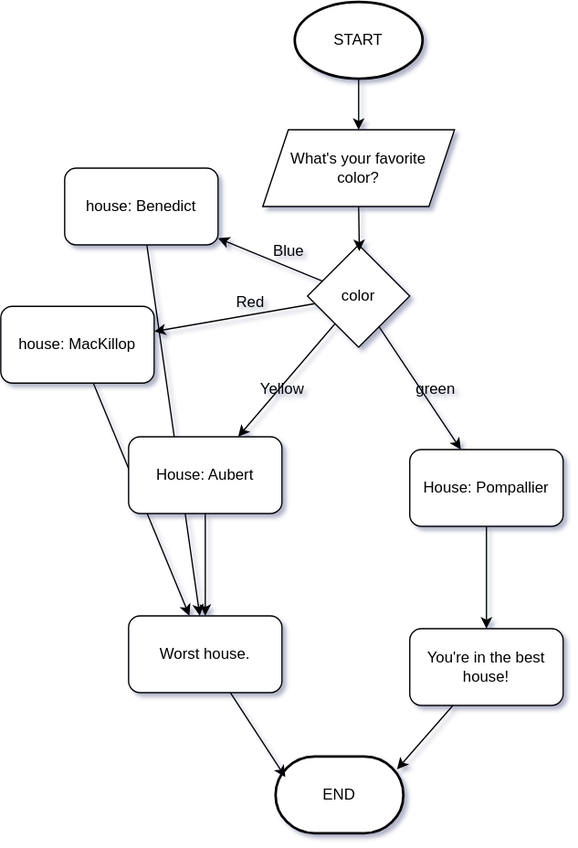
The draw.io diagram whanau_flowchart.drawio.svg in Dekoder-py-school/whanau_color, before a commit. Source tidied: cells renumbered, new cells last; positions are measured from the earlier drawing's top-left corner, leaving out a move shared by most shapes.
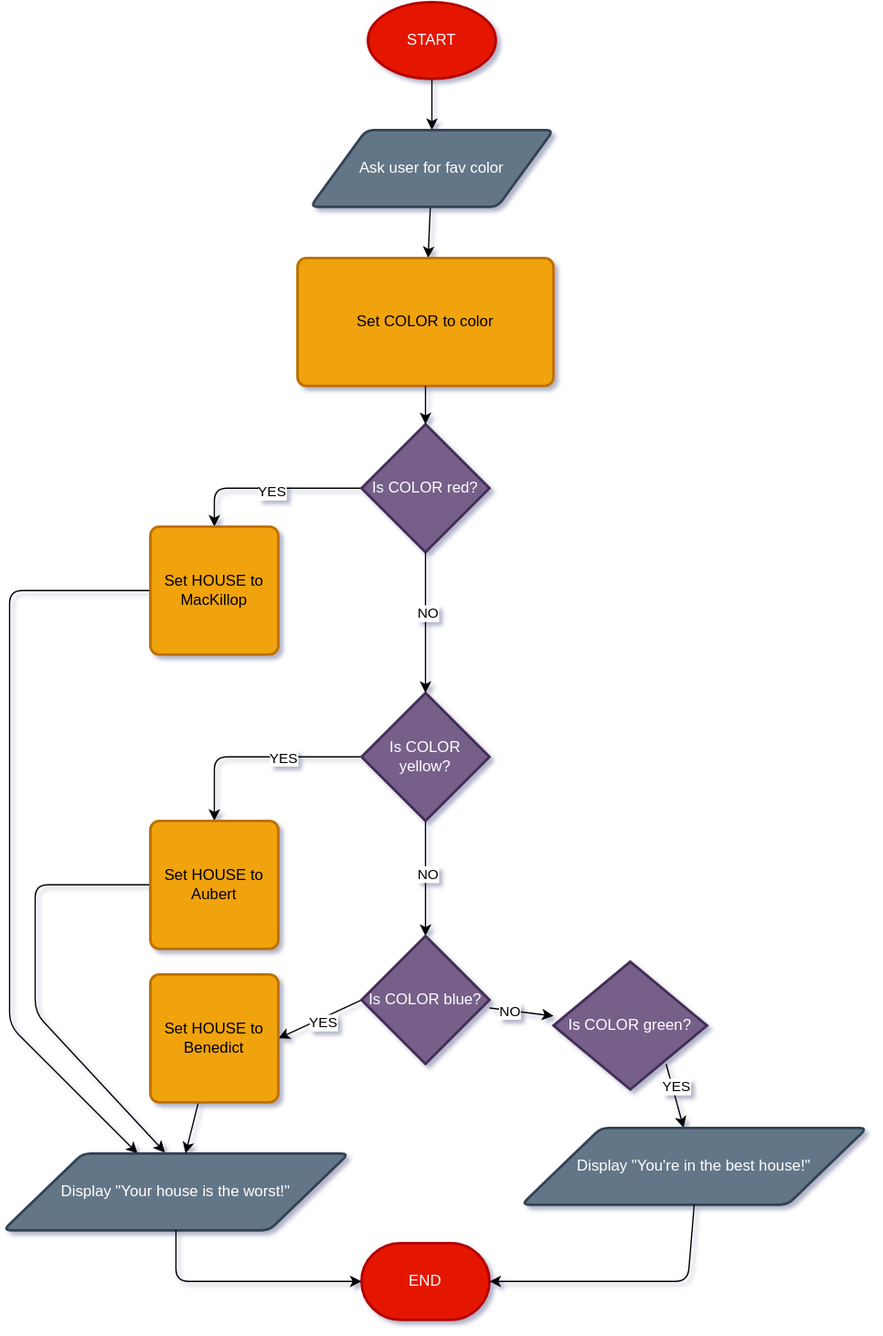
The same diagram one commit later.

Commit message:
redo the flowchart correctly

What changed in the source:
```diff
@@ -2,85 +2,144 @@
   <root>
     <mxCell id="0" />
     <mxCell id="1" parent="0" />
-    <mxCell id="2" style="edgeStyle=none;html=1;" parent="1" edge="1" source="6" target="8">
-      <mxGeometry relative="1" as="geometry" />
-    </mxCell>
-    <mxCell id="3" style="edgeStyle=none;html=1;" parent="1" edge="1" source="6" target="11">
-      <mxGeometry relative="1" as="geometry" />
-    </mxCell>
-    <mxCell id="4" style="edgeStyle=none;html=1;" parent="1" edge="1" source="6" target="14">
-      <mxGeometry relative="1" as="geometry" />
-    </mxCell>
-    <mxCell id="5" style="edgeStyle=none;html=1;" parent="1" edge="1" source="6" target="16">
-      <mxGeometry relative="1" as="geometry" />
-    </mxCell>
-    <mxCell id="6" value="color" style="rhombus;whiteSpace=wrap;html=1;" parent="1" vertex="1">
-      <mxGeometry x="240" y="190" width="80" height="80" as="geometry" />
-    </mxCell>
-    <mxCell id="7" style="edgeStyle=none;html=1;" parent="1" edge="1" source="8" target="21">
-      <mxGeometry relative="1" as="geometry" />
-    </mxCell>
-    <mxCell id="8" value="house: MacKillop" style="rounded=1;whiteSpace=wrap;html=1;" parent="1" vertex="1">
-      <mxGeometry y="238" width="120" height="60" as="geometry" />
-    </mxCell>
-    <mxCell id="9" value="Red" style="text;html=1;align=center;verticalAlign=middle;strokeColor=none;fillColor=none;" parent="1" vertex="1">
-      <mxGeometry x="170" y="220" width="50" height="30" as="geometry" />
-    </mxCell>
-    <mxCell id="10" style="edgeStyle=none;html=1;" parent="1" edge="1" source="11" target="21">
-      <mxGeometry relative="1" as="geometry" />
-    </mxCell>
-    <mxCell id="11" value="house: Benedict" style="rounded=1;whiteSpace=wrap;html=1;" parent="1" vertex="1">
-      <mxGeometry x="50" y="130" width="120" height="60" as="geometry" />
-    </mxCell>
-    <mxCell id="12" value="Blue" style="text;html=1;align=center;verticalAlign=middle;strokeColor=none;fillColor=none;" parent="1" vertex="1">
-      <mxGeometry x="200" y="180" width="50" height="30" as="geometry" />
-    </mxCell>
-    <mxCell id="13" style="edgeStyle=none;html=1;" parent="1" edge="1" source="14" target="20">
-      <mxGeometry relative="1" as="geometry" />
-    </mxCell>
-    <mxCell id="14" value="House: Pompallier" style="rounded=1;whiteSpace=wrap;html=1;" parent="1" vertex="1">
-      <mxGeometry x="320" y="350" width="120" height="60" as="geometry" />
-    </mxCell>
-    <mxCell id="15" style="edgeStyle=none;html=1;" parent="1" edge="1" source="16" target="21">
-      <mxGeometry relative="1" as="geometry" />
-    </mxCell>
-    <mxCell id="16" value="House: Aubert" style="rounded=1;whiteSpace=wrap;html=1;" parent="1" vertex="1">
-      <mxGeometry x="100" y="340" width="120" height="60" as="geometry" />
-    </mxCell>
-    <mxCell id="17" value="Yellow" style="text;html=1;align=center;verticalAlign=middle;strokeColor=none;fillColor=none;" parent="1" vertex="1">
-      <mxGeometry x="190" y="288" width="60" height="30" as="geometry" />
-    </mxCell>
-    <mxCell id="18" value="green" style="text;html=1;align=center;verticalAlign=middle;strokeColor=none;fillColor=none;" parent="1" vertex="1">
-      <mxGeometry x="315" y="288" width="50" height="30" as="geometry" />
-    </mxCell>
-    <mxCell id="19" style="edgeStyle=none;html=1;entryX=0.507;entryY=0.061;entryDx=0;entryDy=0;entryPerimeter=0;exitX=0.5;exitY=1;exitDx=0;exitDy=0;" parent="1" edge="1" source="23" target="6">
-      <mxGeometry relative="1" as="geometry" />
-    </mxCell>
-    <mxCell id="20" value="You're in the best house!" style="rounded=1;whiteSpace=wrap;html=1;" parent="1" vertex="1">
-      <mxGeometry x="320" y="490" width="120" height="60" as="geometry" />
-    </mxCell>
-    <mxCell id="21" value="Worst house." style="whiteSpace=wrap;html=1;rounded=1;" parent="1" vertex="1">
-      <mxGeometry x="100" y="480" width="120" height="60" as="geometry" />
-    </mxCell>
     <mxCell id="22" style="edgeStyle=none;html=1;exitX=0.5;exitY=1;exitDx=0;exitDy=0;exitPerimeter=0;" parent="1" edge="1" source="24">
       <mxGeometry relative="1" as="geometry">
-        <mxPoint x="280" y="100" as="targetPoint" />
+        <mxPoint x="280" y="-10" as="targetPoint" />
       </mxGeometry>
     </mxCell>
-    <mxCell id="23" value="What's your favorite&lt;div&gt;&amp;nbsp;color?&lt;/div&gt;" style="shape=parallelogram;perimeter=parallelogramPerimeter;whiteSpace=wrap;html=1;fixedSize=1;" parent="1" vertex="1">
-      <mxGeometry x="205" y="100" width="150" height="60" as="geometry" />
-    </mxCell>
-    <mxCell id="24" value="START" style="strokeWidth=2;html=1;shape=mxgraph.flowchart.start_1;whiteSpace=wrap;" parent="1" vertex="1">
-      <mxGeometry x="230" width="100" height="60" as="geometry" />
+    <mxCell id="24" value="START" style="strokeWidth=2;html=1;shape=mxgraph.flowchart.start_1;whiteSpace=wrap;fillColor=#e51400;fontColor=#ffffff;strokeColor=#B20000;" parent="1" vertex="1">
+      <mxGeometry x="230" y="-110" width="100" height="60" as="geometry" />
     </mxCell>
-    <mxCell id="25" value="END" style="strokeWidth=2;html=1;shape=mxgraph.flowchart.terminator;whiteSpace=wrap;" parent="1" vertex="1">
-      <mxGeometry x="215" y="590" width="100" height="60" as="geometry" />
+    <mxCell id="25" value="END" style="strokeWidth=2;html=1;shape=mxgraph.flowchart.terminator;whiteSpace=wrap;fillColor=#e51400;fontColor=#ffffff;strokeColor=#B20000;" parent="1" vertex="1">
+      <mxGeometry x="225" y="860" width="100" height="60" as="geometry" />
     </mxCell>
-    <mxCell id="26" style="edgeStyle=none;html=1;entryX=0.95;entryY=0.167;entryDx=0;entryDy=0;entryPerimeter=0;" parent="1" edge="1" source="20" target="25">
-      <mxGeometry relative="1" as="geometry" />
-    </mxCell>
-    <mxCell id="27" style="edgeStyle=none;html=1;entryX=0.076;entryY=0.267;entryDx=0;entryDy=0;entryPerimeter=0;" parent="1" edge="1" source="21" target="25">
-      <mxGeometry relative="1" as="geometry" />
-    </mxCell>
+    <mxCell id="28" style="edgeStyle=none;html=1;" parent="1" edge="1" source="29" target="30">
+      <mxGeometry relative="1" as="geometry" />
+    </mxCell>
+    <mxCell id="29" value="Ask user for fav color" style="shape=parallelogram;html=1;strokeWidth=2;perimeter=parallelogramPerimeter;whiteSpace=wrap;rounded=1;arcSize=12;size=0.23;fillColor=#647687;fontColor=#ffffff;strokeColor=#314354;" parent="1" vertex="1">
+      <mxGeometry x="185" y="-10" width="190" height="60" as="geometry" />
+    </mxCell>
+    <mxCell id="30" value="Set COLOR to color" style="rounded=1;whiteSpace=wrap;html=1;absoluteArcSize=1;arcSize=14;strokeWidth=2;fillColor=#f0a30a;fontColor=#000000;strokeColor=#BD7000;" parent="1" vertex="1">
+      <mxGeometry x="175" y="90" width="200" height="100" as="geometry" />
+    </mxCell>
+    <mxCell id="31" style="edgeStyle=none;html=1;exitX=0;exitY=0.5;exitDx=0;exitDy=0;exitPerimeter=0;entryX=0.5;entryY=0;entryDx=0;entryDy=0;" parent="1" edge="1" source="33" target="35">
+      <mxGeometry relative="1" as="geometry">
+        <Array as="points">
+          <mxPoint x="110" y="270" />
+        </Array>
+      </mxGeometry>
+    </mxCell>
+    <mxCell id="32" value="YES" style="edgeLabel;html=1;align=center;verticalAlign=middle;" parent="31" vertex="1">
+      <mxGeometry x="-0.02" y="2" relative="1" as="geometry" />
+    </mxCell>
+    <mxCell id="33" value="Is COLOR red?" style="strokeWidth=2;html=1;shape=mxgraph.flowchart.decision;whiteSpace=wrap;fillColor=#76608a;fontColor=#ffffff;strokeColor=#432D57;" parent="1" vertex="1">
+      <mxGeometry x="225" y="220" width="100" height="100" as="geometry" />
+    </mxCell>
+    <mxCell id="34" style="edgeStyle=none;html=1;exitX=0;exitY=0.5;exitDx=0;exitDy=0;" parent="1" edge="1" source="35" target="37">
+      <mxGeometry relative="1" as="geometry">
+        <Array as="points">
+          <mxPoint x="-50" y="350" />
+          <mxPoint x="-50" y="690" />
+        </Array>
+      </mxGeometry>
+    </mxCell>
+    <mxCell id="35" value="Set HOUSE to MacKillop" style="rounded=1;whiteSpace=wrap;html=1;absoluteArcSize=1;arcSize=14;strokeWidth=2;fillColor=#f0a30a;fontColor=#000000;strokeColor=#BD7000;" parent="1" vertex="1">
+      <mxGeometry x="60" y="300" width="100" height="100" as="geometry" />
+    </mxCell>
+    <mxCell id="36" style="edgeStyle=none;html=1;exitX=0.5;exitY=1;exitDx=0;exitDy=0;entryX=0.5;entryY=0;entryDx=0;entryDy=0;entryPerimeter=0;" parent="1" edge="1" source="30" target="33">
+      <mxGeometry relative="1" as="geometry" />
+    </mxCell>
+    <mxCell id="37" value="Display &quot;Your house is the worst!&quot;" style="shape=parallelogram;html=1;strokeWidth=2;perimeter=parallelogramPerimeter;whiteSpace=wrap;rounded=1;arcSize=12;size=0.23;fillColor=#647687;fontColor=#ffffff;strokeColor=#314354;" parent="1" vertex="1">
+      <mxGeometry x="-55" y="790" width="270" height="60" as="geometry" />
+    </mxCell>
+    <mxCell id="38" style="edgeStyle=none;html=1;exitX=0.5;exitY=1;exitDx=0;exitDy=0;entryX=0;entryY=0.5;entryDx=0;entryDy=0;entryPerimeter=0;" parent="1" edge="1" source="37" target="25">
+      <mxGeometry relative="1" as="geometry">
+        <Array as="points">
+          <mxPoint x="80" y="890" />
+        </Array>
+      </mxGeometry>
+    </mxCell>
+    <mxCell id="39" style="edgeStyle=none;html=1;exitX=0;exitY=0.5;exitDx=0;exitDy=0;exitPerimeter=0;entryX=0.5;entryY=0;entryDx=0;entryDy=0;" parent="1" edge="1" source="43" target="47">
+      <mxGeometry relative="1" as="geometry">
+        <Array as="points">
+          <mxPoint x="110" y="480" />
+        </Array>
+      </mxGeometry>
+    </mxCell>
+    <mxCell id="40" value="YES" style="edgeLabel;html=1;align=center;verticalAlign=middle;" parent="39" vertex="1">
+      <mxGeometry x="-0.25" relative="1" as="geometry">
+        <mxPoint x="1" as="offset" />
+      </mxGeometry>
+    </mxCell>
+    <mxCell id="41" style="edgeStyle=none;html=1;" parent="1" edge="1" source="43" target="52">
+      <mxGeometry relative="1" as="geometry" />
+    </mxCell>
+    <mxCell id="42" value="NO" style="edgeLabel;html=1;align=center;verticalAlign=middle;" parent="41" vertex="1">
+      <mxGeometry x="-0.09" y="1" relative="1" as="geometry" />
+    </mxCell>
+    <mxCell id="43" value="Is COLOR yellow?" style="strokeWidth=2;html=1;shape=mxgraph.flowchart.decision;whiteSpace=wrap;fillColor=#76608a;fontColor=#ffffff;strokeColor=#432D57;" parent="1" vertex="1">
+      <mxGeometry x="225" y="430" width="100" height="100" as="geometry" />
+    </mxCell>
+    <mxCell id="44" style="edgeStyle=none;html=1;exitX=0.5;exitY=1;exitDx=0;exitDy=0;exitPerimeter=0;entryX=0.5;entryY=0;entryDx=0;entryDy=0;entryPerimeter=0;" parent="1" edge="1" source="33" target="43">
+      <mxGeometry relative="1" as="geometry" />
+    </mxCell>
+    <mxCell id="45" value="NO" style="edgeLabel;html=1;align=center;verticalAlign=middle;" parent="44" vertex="1">
+      <mxGeometry x="-0.15" y="1" relative="1" as="geometry" />
+    </mxCell>
+    <mxCell id="46" style="edgeStyle=none;html=1;exitX=0;exitY=0.5;exitDx=0;exitDy=0;entryX=0.468;entryY=-0.014;entryDx=0;entryDy=0;entryPerimeter=0;" parent="1" edge="1" source="47" target="37">
+      <mxGeometry relative="1" as="geometry">
+        <Array as="points">
+          <mxPoint x="-30" y="580" />
+          <mxPoint x="-30" y="680" />
+        </Array>
+      </mxGeometry>
+    </mxCell>
+    <mxCell id="47" value="Set HOUSE to Aubert" style="rounded=1;whiteSpace=wrap;html=1;absoluteArcSize=1;arcSize=14;strokeWidth=2;fillColor=#f0a30a;fontColor=#000000;strokeColor=#BD7000;" parent="1" vertex="1">
+      <mxGeometry x="60" y="530" width="100" height="100" as="geometry" />
+    </mxCell>
+    <mxCell id="48" style="edgeStyle=none;html=1;entryX=1;entryY=0.5;entryDx=0;entryDy=0;exitX=0;exitY=0.5;exitDx=0;exitDy=0;exitPerimeter=0;" parent="1" edge="1" source="52" target="54">
+      <mxGeometry relative="1" as="geometry" />
+    </mxCell>
+    <mxCell id="49" value="YES" style="edgeLabel;html=1;align=center;verticalAlign=middle;" parent="48" vertex="1">
+      <mxGeometry x="-0.02" y="3" relative="1" as="geometry" />
+    </mxCell>
+    <mxCell id="50" style="edgeStyle=none;html=1;" parent="1" edge="1" source="52" target="57">
+      <mxGeometry relative="1" as="geometry" />
+    </mxCell>
+    <mxCell id="51" value="NO" style="edgeLabel;html=1;align=center;verticalAlign=middle;" parent="50" vertex="1">
+      <mxGeometry x="-0.33" relative="1" as="geometry">
+        <mxPoint x="-1" as="offset" />
+      </mxGeometry>
+    </mxCell>
+    <mxCell id="52" value="Is COLOR blue?" style="strokeWidth=2;html=1;shape=mxgraph.flowchart.decision;whiteSpace=wrap;fillColor=#76608a;fontColor=#ffffff;strokeColor=#432D57;" parent="1" vertex="1">
+      <mxGeometry x="225" y="620" width="100" height="100" as="geometry" />
+    </mxCell>
+    <mxCell id="53" style="edgeStyle=none;html=1;" parent="1" edge="1" source="54" target="37">
+      <mxGeometry relative="1" as="geometry" />
+    </mxCell>
+    <mxCell id="54" value="Set HOUSE to Benedict" style="rounded=1;whiteSpace=wrap;html=1;absoluteArcSize=1;arcSize=14;strokeWidth=2;fillColor=#f0a30a;fontColor=#000000;strokeColor=#BD7000;" parent="1" vertex="1">
+      <mxGeometry x="60" y="650" width="100" height="100" as="geometry" />
+    </mxCell>
+    <mxCell id="55" style="edgeStyle=none;html=1;" parent="1" edge="1" target="58">
+      <mxGeometry relative="1" as="geometry">
+        <mxPoint x="463" y="720" as="sourcePoint" />
+      </mxGeometry>
+    </mxCell>
+    <mxCell id="56" value="YES" style="edgeLabel;html=1;align=center;verticalAlign=middle;" parent="55" vertex="1">
+      <mxGeometry x="-0.28" y="2" relative="1" as="geometry" />
+    </mxCell>
+    <mxCell id="57" value="Is COLOR green?" style="strokeWidth=2;html=1;shape=mxgraph.flowchart.decision;whiteSpace=wrap;fillColor=#76608a;fontColor=#ffffff;strokeColor=#432D57;" parent="1" vertex="1">
+      <mxGeometry x="375" y="640" width="120" height="100" as="geometry" />
+    </mxCell>
+    <mxCell id="58" value="Display &quot;You're in the best house!&quot;" style="shape=parallelogram;html=1;strokeWidth=2;perimeter=parallelogramPerimeter;whiteSpace=wrap;rounded=1;arcSize=12;size=0.23;fillColor=#647687;fontColor=#ffffff;strokeColor=#314354;" parent="1" vertex="1">
+      <mxGeometry x="350" y="770" width="270" height="60" as="geometry" />
+    </mxCell>
+    <mxCell id="59" style="edgeStyle=none;html=1;exitX=0.5;exitY=1;exitDx=0;exitDy=0;entryX=1;entryY=0.5;entryDx=0;entryDy=0;entryPerimeter=0;" parent="1" edge="1" source="58" target="25">
+      <mxGeometry relative="1" as="geometry">
+        <Array as="points">
+          <mxPoint x="480" y="890" />
+        </Array>
+      </mxGeometry>
+    </mxCell>
   </root>
 </mxGraphModel>
```
